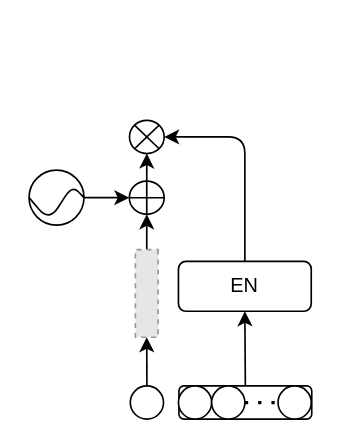
This is Untitled Diagram.drawio from jlinleung/Cheatsheets, a draw.io file, before an edit. Source tidied: cells renumbered, new cells numbered last; positions are measured from the earlier drawing's top-left corner, leaving out a move shared by most shapes. Both pictures are drawn from the tidied source at 166%, with x=0, y=0 at pixel (28, 120). Pictures stored in the file or linked from it are replaced by grey dashed boxes.
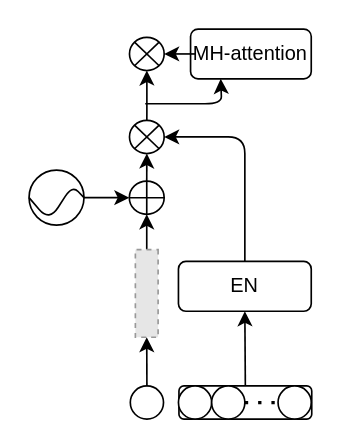
Above is the later version.

The change refers to these unchanged cells:
```xml
<mxCell id="16" style="shape=sumEllipse;perimeter=ellipsePerimeter;whiteSpace=wrap;html=1;backgroundOutline=1;strokeWidth=1;" parent="1" vertex="1">
  <mxGeometry x="60.5" width="20.9" height="20" as="geometry" />
</mxCell>
```

The edit, as a diff of the source:
```diff
@@
+    <mxCell id="21" style="shape=sumEllipse;perimeter=ellipsePerimeter;whiteSpace=wrap;html=1;backgroundOutline=1;strokeWidth=1;" parent="1" vertex="1">
+      <mxGeometry x="60.5" y="-50" width="20.9" height="20" as="geometry" />
+    </mxCell>
+    <mxCell id="22" style="endArrow=classic;html=1;exitX=0.5;exitY=0;exitDx=0;exitDy=0;entryX=0.5;entryY=1;entryDx=0;entryDy=0;" parent="1" edge="1" source="16" target="21">
+      <mxGeometry relative="1" as="geometry">
+        <Array as="points">
+          <mxPoint x="71" y="-10" />
+        </Array>
+      </mxGeometry>
+    </mxCell>
+    <mxCell id="23" value="MH-attention" style="rounded=1;whiteSpace=wrap;html=1;strokeWidth=1;" parent="1" vertex="1">
+      <mxGeometry x="97.3" y="-55" width="72.7" height="30" as="geometry" />
+    </mxCell>
+    <mxCell id="24" style="endArrow=classic;html=1;entryX=1;entryY=0.5;entryDx=0;entryDy=0;" parent="1" edge="1" target="21">
+      <mxGeometry relative="1" as="geometry">
+        <mxPoint x="100" y="-40" as="sourcePoint" />
+      </mxGeometry>
+    </mxCell>
+    <mxCell id="25" style="endArrow=classic;html=1;entryX=0.25;entryY=1;entryDx=0;entryDy=0;" parent="1" edge="1" target="23">
+      <mxGeometry relative="1" as="geometry">
+        <mxPoint x="70" y="-10" as="sourcePoint" />
+        <Array as="points">
+          <mxPoint x="116" y="-10" />
+        </Array>
+      </mxGeometry>
+    </mxCell>
```
